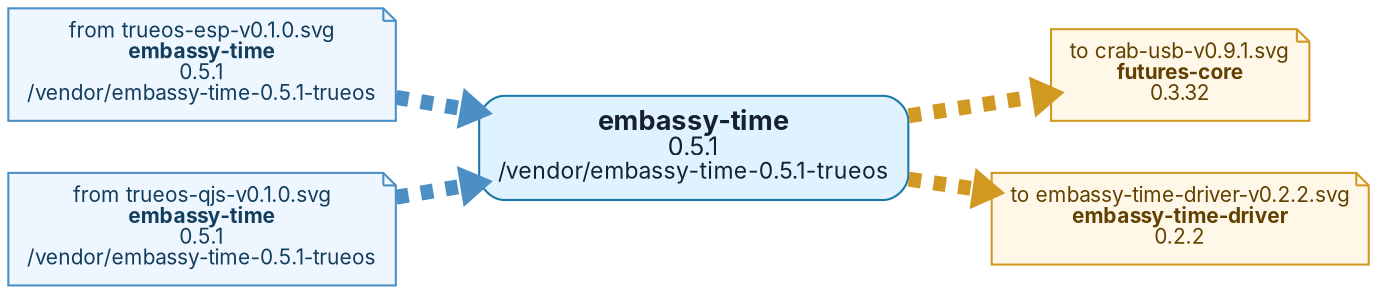
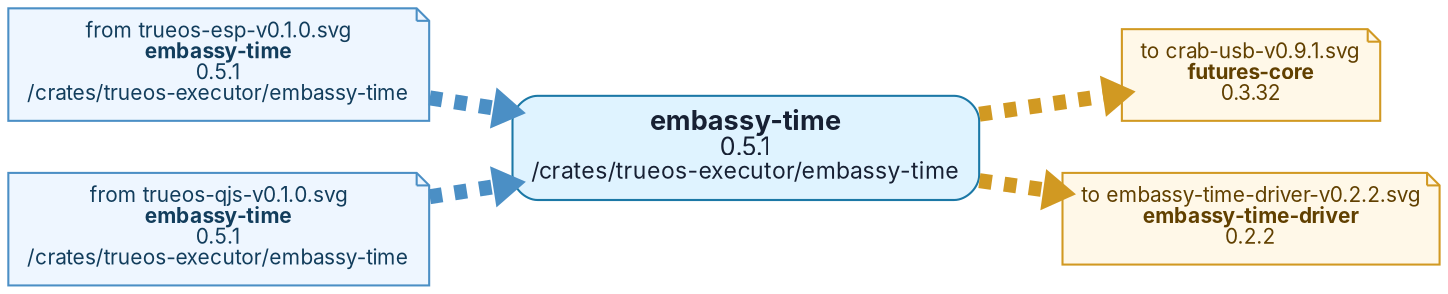
digraph "embassy-time-v0.5.1" {
  graph [rankdir=LR, bgcolor="white", overlap=false, splines=true, nodesep=0.35, ranksep=0.55];
  node [shape=box, style="rounded,filled", fontname="Inter,Arial", fontsize=10, margin="0.13,0.10", color="#8b9bb0", fillcolor="#f7f9fb", fontcolor="#172033"];
  edge [color="#9aa8b8", arrowsize=0.55, penwidth=7.2];
-   n0 [label=<<FONT POINT-SIZE="13"><B>embassy-time</B></FONT><BR/><FONT POINT-SIZE="12">0.5.1</FONT><BR/><FONT POINT-SIZE="11">/vendor/embassy-time-0.5.1-trueos</FONT>>, fillcolor="#dff3ff", color="#1b78a6"];
+   n0 [label=<<FONT POINT-SIZE="13"><B>embassy-time</B></FONT><BR/><FONT POINT-SIZE="12">0.5.1</FONT><BR/><FONT POINT-SIZE="11">/crates/trueos-executor/embassy-time</FONT>>, fillcolor="#dff3ff", color="#1b78a6"];
  out0 [label=<to crab-usb-v0.9.1.svg<BR/><B>futures-core</B><BR/>0.3.32>, shape=note, style="filled", fillcolor="#fff8e8", color="#d19922", fontcolor="#614000"];
  n0 -> out0 [style=dashed, color="#d19922"];
  out1 [label=<to embassy-time-driver-v0.2.2.svg<BR/><B>embassy-time-driver</B><BR/>0.2.2>, shape=note, style="filled", fillcolor="#fff8e8", color="#d19922", fontcolor="#614000"];
  n0 -> out1 [style=dashed, color="#d19922"];
-   in2 [label=<from trueos-esp-v0.1.0.svg<BR/><B>embassy-time</B><BR/>0.5.1<BR/>/vendor/embassy-time-0.5.1-trueos>, shape=note, style="filled", fillcolor="#eef6ff", color="#4b8fc5", fontcolor="#123d5c"];
+   in2 [label=<from trueos-esp-v0.1.0.svg<BR/><B>embassy-time</B><BR/>0.5.1<BR/>/crates/trueos-executor/embassy-time>, shape=note, style="filled", fillcolor="#eef6ff", color="#4b8fc5", fontcolor="#123d5c"];
  in2 -> n0 [style=dashed, color="#4b8fc5"];
-   in3 [label=<from trueos-qjs-v0.1.0.svg<BR/><B>embassy-time</B><BR/>0.5.1<BR/>/vendor/embassy-time-0.5.1-trueos>, shape=note, style="filled", fillcolor="#eef6ff", color="#4b8fc5", fontcolor="#123d5c"];
+   in3 [label=<from trueos-qjs-v0.1.0.svg<BR/><B>embassy-time</B><BR/>0.5.1<BR/>/crates/trueos-executor/embassy-time>, shape=note, style="filled", fillcolor="#eef6ff", color="#4b8fc5", fontcolor="#123d5c"];
  in3 -> n0 [style=dashed, color="#4b8fc5"];
  // collapsed leaf ends: 0
  // centered two-input leaves: 0
  // nested two-input leaves: 0
}
